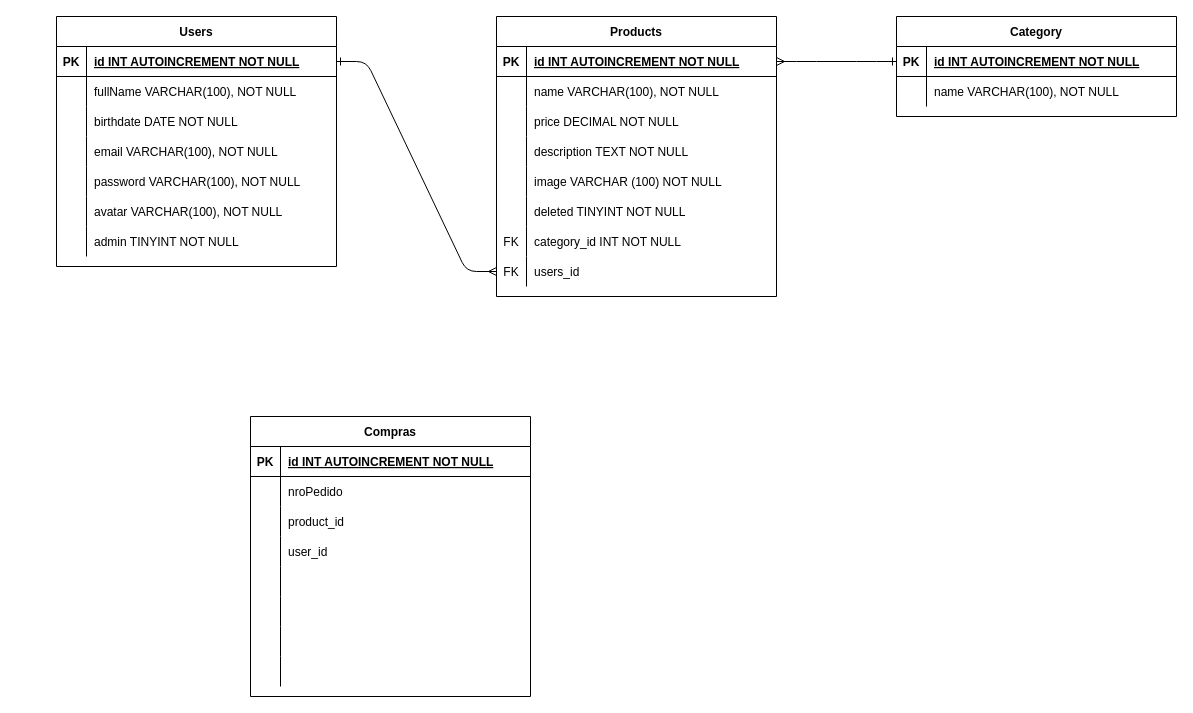
The draw.io diagram .drawio in 0621CDFSNCN12LAED/grupo-07, before the edit. Source tidied: cells renumbered, new cells numbered last; positions are measured from the earlier drawing's top-left corner, leaving out a move shared by most shapes. Both pictures are drawn from the tidied source at 100%, with x=0, y=0 at pixel (56, 16).
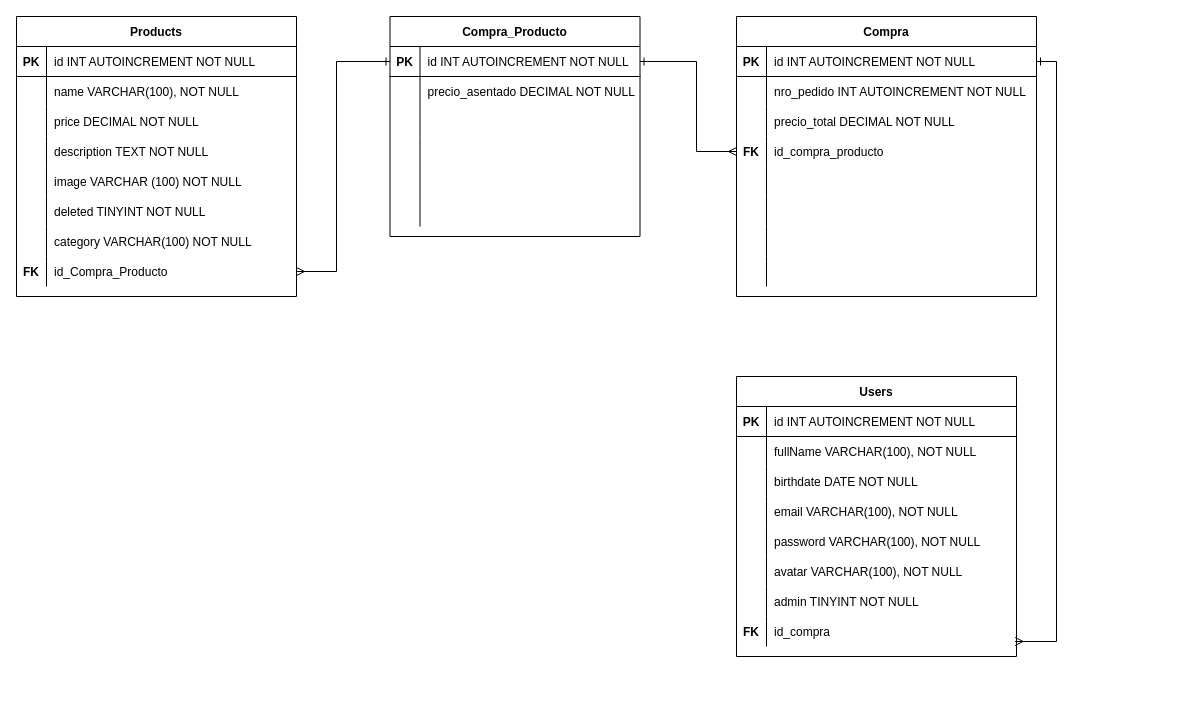
The same diagram, later.

Commit message (it also covers changes not shown here):
modificacuión drawio + ruta productCart

Unchanged cells that the change refers to:
```xml
<mxCell id="3" style="shape=partialRectangle;fillColor=none;top=0;left=0;bottom=1;right=0;points=[[0,0.5],[1,0.5]];portConstraint=eastwest;" parent="2" vertex="1">
  <mxGeometry y="30" width="280" height="30" as="geometry" />
</mxCell>
<mxCell id="25" style="shape=partialRectangle;fillColor=none;top=0;left=0;bottom=1;right=0;points=[[0,0.5],[1,0.5]];portConstraint=eastwest;" parent="24" vertex="1">
  <mxGeometry y="30" width="280" height="30" as="geometry" />
</mxCell>
<mxCell id="43" style="shape=partialRectangle;fillColor=none;top=0;left=0;bottom=0;right=0;" parent="24" vertex="1">
  <mxGeometry y="210" width="280" height="30" as="geometry" />
</mxCell>
```

The edit, as a diff of the source:
```diff
@@
+    <mxCell id="83" style="edgeStyle=orthogonalEdgeStyle;rounded=0;jettySize=auto;html=1;entryX=1;entryY=0.5;entryDx=0;entryDy=0;startArrow=ERmany;startFill=0;endArrow=ERone;endFill=0;exitX=0.995;exitY=0.833;exitDx=0;exitDy=0;exitPerimeter=0;" parent="1" edge="1" source="84" target="51">
+      <mxGeometry relative="1" as="geometry">
+        <Array as="points">
+          <mxPoint x="1000" y="625" />
+          <mxPoint x="1000" y="45" />
+        </Array>
+      </mxGeometry>
+    </mxCell>
     <mxCell id="2" value="Users" style="shape=table;startSize=30;childLayout=tableLayout;rowLines=0;fontStyle=1;align=center;" parent="1" vertex="1">
-      <mxGeometry width="280" height="250" as="geometry" />
+      <mxGeometry x="680" y="360" width="280" height="280" as="geometry" />
     </mxCell>
@@
-    <mxCell id="5" value="id INT AUTOINCREMENT NOT NULL" style="shape=partialRectangle;fillColor=none;top=0;left=0;bottom=0;right=0;align=left;spacingLeft=6;fontStyle=5;overflow=hidden;" parent="3" vertex="1">
+    <mxCell id="5" value="id INT AUTOINCREMENT NOT NULL" style="shape=partialRectangle;fillColor=none;top=0;left=0;bottom=0;right=0;align=left;spacingLeft=6;fontStyle=0;overflow=hidden;" parent="3" vertex="1">
       <mxGeometry x="30" width="250" height="30" as="geometry" />
     </mxCell>
@@
+    <mxCell id="84" style="shape=partialRectangle;fillColor=none;top=0;left=0;bottom=0;right=0;points=[[0,0.5],[1,0.5]];portConstraint=eastwest;" parent="2" vertex="1">
+      <mxGeometry y="240" width="280" height="30" as="geometry" />
+    </mxCell>
+    <mxCell id="85" value="FK" style="shape=partialRectangle;fillColor=none;top=0;left=0;bottom=0;right=0;overflow=hidden;fontStyle=1;" parent="84" vertex="1">
+      <mxGeometry width="30" height="30" as="geometry" />
+    </mxCell>
+    <mxCell id="86" value="id_compra" style="shape=partialRectangle;fillColor=none;top=0;left=0;bottom=0;right=0;align=left;spacingLeft=6;overflow=hidden;" parent="84" vertex="1">
+      <mxGeometry x="30" width="250" height="30" as="geometry" />
+    </mxCell>
+    <mxCell id="87" style="edgeStyle=orthogonalEdgeStyle;rounded=0;jettySize=auto;html=1;startArrow=ERmany;startFill=0;endArrow=ERone;endFill=0;exitX=1;exitY=0.5;exitDx=0;exitDy=0;entryX=0;entryY=0.5;entryDx=0;entryDy=0;" parent="1" edge="1" source="90" target="94">
+      <mxGeometry relative="1" as="geometry">
+        <Array as="points">
+          <mxPoint x="280" y="255" />
+          <mxPoint x="280" y="45" />
+        </Array>
+      </mxGeometry>
+    </mxCell>
     <mxCell id="24" value="Products" style="shape=table;startSize=30;childLayout=tableLayout;rowLines=0;fontStyle=1;align=center;" parent="1" vertex="1">
-      <mxGeometry x="440" width="280" height="280" as="geometry" />
+      <mxGeometry x="-40" width="280" height="280" as="geometry" />
     </mxCell>
@@
-    <mxCell id="27" value="id INT AUTOINCREMENT NOT NULL" style="shape=partialRectangle;fillColor=none;top=0;left=0;bottom=0;right=0;align=left;spacingLeft=6;fontStyle=5;overflow=hidden;" parent="25" vertex="1">
+    <mxCell id="27" value="id INT AUTOINCREMENT NOT NULL" style="shape=partialRectangle;fillColor=none;top=0;left=0;bottom=0;right=0;align=left;spacingLeft=6;fontStyle=0;overflow=hidden;" parent="25" vertex="1">
       <mxGeometry x="30" width="250" height="30" as="geometry" />
     </mxCell>
@@
-    <mxCell id="44" value="FK" style="shape=partialRectangle;fillColor=none;top=0;left=0;bottom=0;right=0;overflow=hidden;" parent="43" vertex="1">
-      <mxGeometry width="30" height="30" as="geometry" />
-    </mxCell>
-    <mxCell id="45" value="category_id INT NOT NULL" style="shape=partialRectangle;fillColor=none;top=0;left=0;bottom=0;right=0;align=left;spacingLeft=6;overflow=hidden;" parent="43" vertex="1">
-      <mxGeometry x="30" width="250" height="30" as="geometry" />
-    </mxCell>
-    <mxCell id="46" style="shape=partialRectangle;fillColor=none;top=0;left=0;bottom=0;right=0;points=[[0,0.5],[1,0.5]];portConstraint=eastwest;" parent="24" vertex="1">
-      <mxGeometry y="240" width="280" height="30" as="geometry" />
-    </mxCell>
-    <mxCell id="47" value="FK" style="shape=partialRectangle;fillColor=none;top=0;left=0;bottom=0;right=0;overflow=hidden;" parent="46" vertex="1">
-      <mxGeometry width="30" height="30" as="geometry" />
-    </mxCell>
-    <mxCell id="48" value="users_id" style="shape=partialRectangle;fillColor=none;top=0;left=0;bottom=0;right=0;align=left;spacingLeft=6;overflow=hidden;" parent="46" vertex="1">
-      <mxGeometry x="30" width="250" height="30" as="geometry" />
-    </mxCell>
-    <mxCell id="49" style="edgeStyle=entityRelationEdgeStyle;fontSize=12;html=1;endArrow=ERmany;exitX=1;exitY=0.5;exitDx=0;exitDy=0;entryX=0;entryY=0.5;entryDx=0;entryDy=0;startArrow=ERone;startFill=0;" parent="1" edge="1" source="3" target="46">
-      <mxGeometry relative="1" as="geometry" />
-    </mxCell>
+    <mxCell id="88" style="shape=partialRectangle;fillColor=none;top=0;left=0;bottom=0;right=0;overflow=hidden;" parent="43" vertex="1">
+      <mxGeometry width="30" height="30" as="geometry" />
+    </mxCell>
+    <mxCell id="89" value="category VARCHAR(100) NOT NULL" style="shape=partialRectangle;fillColor=none;top=0;left=0;bottom=0;right=0;align=left;spacingLeft=6;overflow=hidden;" parent="43" vertex="1">
+      <mxGeometry x="30" width="250" height="30" as="geometry" />
+    </mxCell>
+    <mxCell id="90" style="shape=partialRectangle;fillColor=none;top=0;left=0;bottom=0;right=0;points=[[0,0.5],[1,0.5]];portConstraint=eastwest;" parent="24" vertex="1">
+      <mxGeometry y="240" width="280" height="30" as="geometry" />
+    </mxCell>
+    <mxCell id="91" value="FK" style="shape=partialRectangle;fillColor=none;top=0;left=0;bottom=0;right=0;overflow=hidden;fontStyle=1;" parent="90" vertex="1">
+      <mxGeometry width="30" height="30" as="geometry" />
+    </mxCell>
+    <mxCell id="92" value="id_Compra_Producto" style="shape=partialRectangle;fillColor=none;top=0;left=0;bottom=0;right=0;align=left;spacingLeft=6;overflow=hidden;" parent="90" vertex="1">
+      <mxGeometry x="30" width="250" height="30" as="geometry" />
+    </mxCell>
-    <mxCell id="50" value="Compras" style="shape=table;startSize=30;childLayout=tableLayout;rowLines=0;fontStyle=1;align=center;" parent="1" vertex="1">
-      <mxGeometry x="194" y="400" width="280" height="280" as="geometry" />
+    <mxCell id="50" value="Compra" style="shape=table;startSize=30;childLayout=tableLayout;rowLines=0;fontStyle=1;align=center;" parent="1" vertex="1">
+      <mxGeometry x="680" width="300" height="280" as="geometry" />
     </mxCell>
     <mxCell id="51" style="shape=partialRectangle;fillColor=none;top=0;left=0;bottom=1;right=0;points=[[0,0.5],[1,0.5]];portConstraint=eastwest;" parent="50" vertex="1">
-      <mxGeometry y="30" width="280" height="30" as="geometry" />
+      <mxGeometry y="30" width="300" height="30" as="geometry" />
     </mxCell>
@@
-    <mxCell id="53" value="id INT AUTOINCREMENT NOT NULL" style="shape=partialRectangle;fillColor=none;top=0;left=0;bottom=0;right=0;align=left;spacingLeft=6;fontStyle=5;overflow=hidden;" parent="51" vertex="1">
-      <mxGeometry x="30" width="250" height="30" as="geometry" />
+    <mxCell id="53" value="id INT AUTOINCREMENT NOT NULL" style="shape=partialRectangle;fillColor=none;top=0;left=0;bottom=0;right=0;align=left;spacingLeft=6;fontStyle=0;overflow=hidden;" parent="51" vertex="1">
+      <mxGeometry x="30" width="270" height="30" as="geometry" />
     </mxCell>
     <mxCell id="54" style="shape=partialRectangle;fillColor=none;top=0;left=0;bottom=0;right=0;" parent="50" vertex="1">
-      <mxGeometry y="60" width="280" height="30" as="geometry" />
+      <mxGeometry y="60" width="300" height="30" as="geometry" />
     </mxCell>
@@
-    <mxCell id="56" value="nroPedido" style="shape=partialRectangle;fillColor=none;top=0;left=0;bottom=0;right=0;align=left;spacingLeft=6;overflow=hidden;" parent="54" vertex="1">
-      <mxGeometry x="30" width="250" height="30" as="geometry" />
+    <mxCell id="56" value="nro_pedido INT AUTOINCREMENT NOT NULL" style="shape=partialRectangle;fillColor=none;top=0;left=0;bottom=0;right=0;align=left;spacingLeft=6;overflow=hidden;" parent="54" vertex="1">
+      <mxGeometry x="30" width="270" height="30" as="geometry" />
     </mxCell>
     <mxCell id="57" style="shape=partialRectangle;fillColor=none;top=0;left=0;bottom=0;right=0;" parent="50" vertex="1">
-      <mxGeometry y="90" width="280" height="30" as="geometry" />
+      <mxGeometry y="90" width="300" height="30" as="geometry" />
     </mxCell>
@@
-    <mxCell id="59" value="product_id" style="shape=partialRectangle;fillColor=none;top=0;left=0;bottom=0;right=0;align=left;spacingLeft=6;overflow=hidden;" parent="57" vertex="1">
-      <mxGeometry x="30" width="250" height="30" as="geometry" />
+    <mxCell id="59" value="precio_total DECIMAL NOT NULL" style="shape=partialRectangle;fillColor=none;top=0;left=0;bottom=0;right=0;align=left;spacingLeft=6;overflow=hidden;" parent="57" vertex="1">
+      <mxGeometry x="30" width="270" height="30" as="geometry" />
     </mxCell>
     <mxCell id="60" style="shape=partialRectangle;fillColor=none;top=0;left=0;bottom=0;right=0;points=[[0,0.5],[1,0.5]];portConstraint=eastwest;" parent="50" vertex="1">
-      <mxGeometry y="120" width="280" height="30" as="geometry" />
+      <mxGeometry y="120" width="300" height="30" as="geometry" />
     </mxCell>
-    <mxCell id="61" style="shape=partialRectangle;fillColor=none;top=0;left=0;bottom=0;right=0;overflow=hidden;" parent="60" vertex="1">
+    <mxCell id="61" value="FK" style="shape=partialRectangle;fillColor=none;top=0;left=0;bottom=0;right=0;overflow=hidden;fontStyle=1;" parent="60" vertex="1">
       <mxGeometry width="30" height="30" as="geometry" />
     </mxCell>
-    <mxCell id="62" value="user_id" style="shape=partialRectangle;fillColor=none;top=0;left=0;bottom=0;right=0;align=left;spacingLeft=6;overflow=hidden;" parent="60" vertex="1">
-      <mxGeometry x="30" width="250" height="30" as="geometry" />
+    <mxCell id="62" value="id_compra_producto" style="shape=partialRectangle;fillColor=none;top=0;left=0;bottom=0;right=0;align=left;spacingLeft=6;overflow=hidden;" parent="60" vertex="1">
+      <mxGeometry x="30" width="270" height="30" as="geometry" />
     </mxCell>
     <mxCell id="63" style="shape=partialRectangle;fillColor=none;top=0;left=0;bottom=0;right=0;" parent="50" vertex="1">
-      <mxGeometry y="150" width="280" height="30" as="geometry" />
+      <mxGeometry y="150" width="300" height="30" as="geometry" />
     </mxCell>
@@
     <mxCell id="65" style="shape=partialRectangle;fillColor=none;top=0;left=0;bottom=0;right=0;align=left;spacingLeft=6;overflow=hidden;" parent="63" vertex="1">
-      <mxGeometry x="30" width="250" height="30" as="geometry" />
+      <mxGeometry x="30" width="270" height="30" as="geometry" />
     </mxCell>
     <mxCell id="66" style="shape=partialRectangle;fillColor=none;top=0;left=0;bottom=0;right=0;" parent="50" vertex="1">
-      <mxGeometry y="180" width="280" height="30" as="geometry" />
+      <mxGeometry y="180" width="300" height="30" as="geometry" />
     </mxCell>
@@
     <mxCell id="68" style="shape=partialRectangle;fillColor=none;top=0;left=0;bottom=0;right=0;align=left;spacingLeft=6;overflow=hidden;" parent="66" vertex="1">
-      <mxGeometry x="30" width="250" height="30" as="geometry" />
+      <mxGeometry x="30" width="270" height="30" as="geometry" />
     </mxCell>
     <mxCell id="69" style="shape=partialRectangle;fillColor=none;top=0;left=0;bottom=0;right=0;" parent="50" vertex="1">
-      <mxGeometry y="210" width="280" height="30" as="geometry" />
+      <mxGeometry y="210" width="300" height="30" as="geometry" />
     </mxCell>
@@
     <mxCell id="71" style="shape=partialRectangle;fillColor=none;top=0;left=0;bottom=0;right=0;align=left;spacingLeft=6;overflow=hidden;" parent="69" vertex="1">
-      <mxGeometry x="30" width="250" height="30" as="geometry" />
+      <mxGeometry x="30" width="270" height="30" as="geometry" />
     </mxCell>
     <mxCell id="72" style="shape=partialRectangle;fillColor=none;top=0;left=0;bottom=0;right=0;" parent="50" vertex="1">
-      <mxGeometry y="240" width="280" height="30" as="geometry" />
+      <mxGeometry y="240" width="300" height="30" as="geometry" />
     </mxCell>
@@
     <mxCell id="74" style="shape=partialRectangle;fillColor=none;top=0;left=0;bottom=0;right=0;align=left;spacingLeft=6;overflow=hidden;" parent="72" vertex="1">
-      <mxGeometry x="30" width="250" height="30" as="geometry" />
+      <mxGeometry x="30" width="270" height="30" as="geometry" />
     </mxCell>
-    <mxCell id="75" value="Category" style="shape=table;startSize=30;childLayout=tableLayout;rowLines=0;fontStyle=1;align=center;" parent="1" vertex="1">
-      <mxGeometry x="840" width="280" height="100" as="geometry" />
-    </mxCell>
-    <mxCell id="76" style="shape=partialRectangle;fillColor=none;top=0;left=0;bottom=1;right=0;points=[[0,0.5],[1,0.5]];portConstraint=eastwest;" parent="75" vertex="1">
-      <mxGeometry y="30" width="280" height="30" as="geometry" />
-    </mxCell>
+    <mxCell id="93" value="Compra_Producto" style="shape=table;startSize=30;childLayout=tableLayout;rowLines=0;fontStyle=1;align=center;" parent="1" vertex="1">
+      <mxGeometry x="333.5" width="250" height="220" as="geometry" />
+    </mxCell>
+    <mxCell id="94" style="shape=partialRectangle;fillColor=none;top=0;left=0;bottom=1;right=0;points=[[0,0.5],[1,0.5]];portConstraint=eastwest;" parent="93" vertex="1">
+      <mxGeometry y="30" width="250" height="30" as="geometry" />
+    </mxCell>
-    <mxCell id="77" value="PK" style="shape=partialRectangle;fillColor=none;top=0;left=0;bottom=0;right=0;fontStyle=1;overflow=hidden;" parent="76" vertex="1">
+    <mxCell id="77" value="PK" style="shape=partialRectangle;fillColor=none;top=0;left=0;bottom=0;right=0;fontStyle=1;overflow=hidden;" parent="94" vertex="1">
       <mxGeometry width="30" height="30" as="geometry" />
     </mxCell>
-    <mxCell id="78" value="id INT AUTOINCREMENT NOT NULL" style="shape=partialRectangle;fillColor=none;top=0;left=0;bottom=0;right=0;align=left;spacingLeft=6;fontStyle=5;overflow=hidden;" parent="76" vertex="1">
-      <mxGeometry x="30" width="250" height="30" as="geometry" />
+    <mxCell id="78" value="id INT AUTOINCREMENT NOT NULL" style="shape=partialRectangle;fillColor=none;top=0;left=0;bottom=0;right=0;align=left;spacingLeft=6;fontStyle=0;overflow=hidden;" parent="94" vertex="1">
+      <mxGeometry x="30" width="220" height="30" as="geometry" />
     </mxCell>
-    <mxCell id="79" style="shape=partialRectangle;fillColor=none;top=0;left=0;bottom=0;right=0;" parent="75" vertex="1">
-      <mxGeometry y="60" width="280" height="30" as="geometry" />
-    </mxCell>
-    <mxCell id="80" style="shape=partialRectangle;fillColor=none;top=0;left=0;bottom=0;right=0;overflow=hidden;" parent="79" vertex="1">
-      <mxGeometry width="30" height="30" as="geometry" />
-    </mxCell>
-    <mxCell id="81" value="name VARCHAR(100), NOT NULL" style="shape=partialRectangle;fillColor=none;top=0;left=0;bottom=0;right=0;align=left;spacingLeft=6;overflow=hidden;" parent="79" vertex="1">
-      <mxGeometry x="30" width="250" height="30" as="geometry" />
-    </mxCell>
-    <mxCell id="82" style="edgeStyle=entityRelationEdgeStyle;fontSize=12;html=1;endArrow=ERone;entryX=0;entryY=0.5;entryDx=0;entryDy=0;startArrow=ERmany;startFill=0;endFill=0;exitX=1;exitY=0.5;exitDx=0;exitDy=0;" parent="1" edge="1" source="25" target="76">
-      <mxGeometry relative="1" as="geometry" />
-    </mxCell>
+    <mxCell id="95" style="shape=partialRectangle;fillColor=none;top=0;left=0;bottom=0;right=0;" parent="93" vertex="1">
+      <mxGeometry y="60" width="250" height="30" as="geometry" />
+    </mxCell>
+    <mxCell id="96" style="shape=partialRectangle;fillColor=none;top=0;left=0;bottom=0;right=0;overflow=hidden;" parent="95" vertex="1">
+      <mxGeometry width="30" height="30" as="geometry" />
+    </mxCell>
+    <mxCell id="97" value="precio_asentado DECIMAL NOT NULL" style="shape=partialRectangle;fillColor=none;top=0;left=0;bottom=0;right=0;align=left;spacingLeft=6;overflow=hidden;" parent="95" vertex="1">
+      <mxGeometry x="30" width="220" height="30" as="geometry" />
+    </mxCell>
+    <mxCell id="98" style="shape=partialRectangle;fillColor=none;top=0;left=0;bottom=0;right=0;" parent="93" vertex="1">
+      <mxGeometry y="90" width="250" height="30" as="geometry" />
+    </mxCell>
+    <mxCell id="99" style="shape=partialRectangle;fillColor=none;top=0;left=0;bottom=0;right=0;overflow=hidden;" parent="98" vertex="1">
+      <mxGeometry width="30" height="30" as="geometry" />
+    </mxCell>
+    <mxCell id="100" style="shape=partialRectangle;fillColor=none;top=0;left=0;bottom=0;right=0;align=left;spacingLeft=6;overflow=hidden;" parent="98" vertex="1">
+      <mxGeometry x="30" width="220" height="30" as="geometry" />
+    </mxCell>
+    <mxCell id="101" style="shape=partialRectangle;fillColor=none;top=0;left=0;bottom=0;right=0;" parent="93" vertex="1">
+      <mxGeometry y="120" width="250" height="30" as="geometry" />
+    </mxCell>
+    <mxCell id="102" style="shape=partialRectangle;fillColor=none;top=0;left=0;bottom=0;right=0;overflow=hidden;" parent="101" vertex="1">
+      <mxGeometry width="30" height="30" as="geometry" />
+    </mxCell>
+    <mxCell id="103" style="shape=partialRectangle;fillColor=none;top=0;left=0;bottom=0;right=0;align=left;spacingLeft=6;overflow=hidden;" parent="101" vertex="1">
+      <mxGeometry x="30" width="220" height="30" as="geometry" />
+    </mxCell>
+    <mxCell id="104" style="shape=partialRectangle;fillColor=none;top=0;left=0;bottom=0;right=0;" parent="93" vertex="1">
+      <mxGeometry y="150" width="250" height="30" as="geometry" />
+    </mxCell>
+    <mxCell id="105" style="shape=partialRectangle;fillColor=none;top=0;left=0;bottom=0;right=0;overflow=hidden;" parent="104" vertex="1">
+      <mxGeometry width="30" height="30" as="geometry" />
+    </mxCell>
+    <mxCell id="106" style="shape=partialRectangle;fillColor=none;top=0;left=0;bottom=0;right=0;align=left;spacingLeft=6;overflow=hidden;" parent="104" vertex="1">
+      <mxGeometry x="30" width="220" height="30" as="geometry" />
+    </mxCell>
+    <mxCell id="107" style="shape=partialRectangle;fillColor=none;top=0;left=0;bottom=0;right=0;" parent="93" vertex="1">
+      <mxGeometry y="180" width="250" height="30" as="geometry" />
+    </mxCell>
+    <mxCell id="108" style="shape=partialRectangle;fillColor=none;top=0;left=0;bottom=0;right=0;overflow=hidden;" parent="107" vertex="1">
+      <mxGeometry width="30" height="30" as="geometry" />
+    </mxCell>
+    <mxCell id="109" style="shape=partialRectangle;fillColor=none;top=0;left=0;bottom=0;right=0;align=left;spacingLeft=6;overflow=hidden;" parent="107" vertex="1">
+      <mxGeometry x="30" width="220" height="30" as="geometry" />
+    </mxCell>
+    <mxCell id="110" style="edgeStyle=orthogonalEdgeStyle;rounded=0;jettySize=auto;html=1;startArrow=ERmany;startFill=0;endArrow=ERone;endFill=0;exitX=0;exitY=0.5;exitDx=0;exitDy=0;entryX=1;entryY=0.5;entryDx=0;entryDy=0;" parent="1" edge="1" source="60" target="94">
+      <mxGeometry relative="1" as="geometry">
+        <Array as="points">
+          <mxPoint x="640" y="135" />
+          <mxPoint x="640" y="45" />
+        </Array>
+      </mxGeometry>
+    </mxCell>
```
